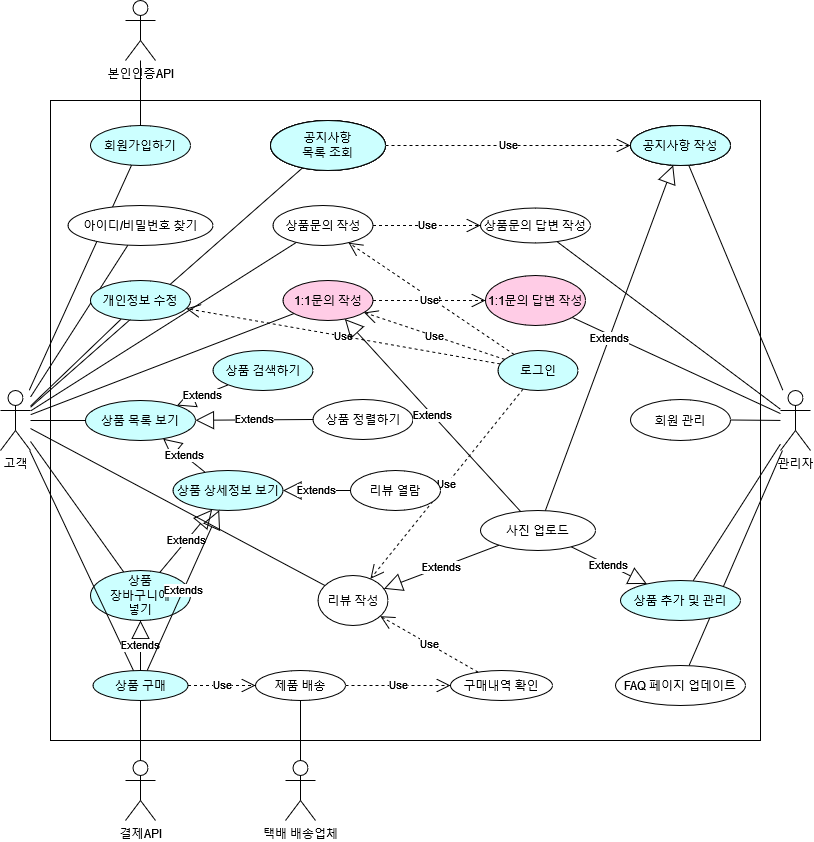
This is 3. DB설계/유즈케이스 다이어그램.drawio (3).png from ostrichick/MaruProject, a draw.io export, as it was before one commit. Source tidied: cells renumbered, new cells last; positions are measured from the earlier drawing's top-left corner, leaving out a move shared by most shapes.
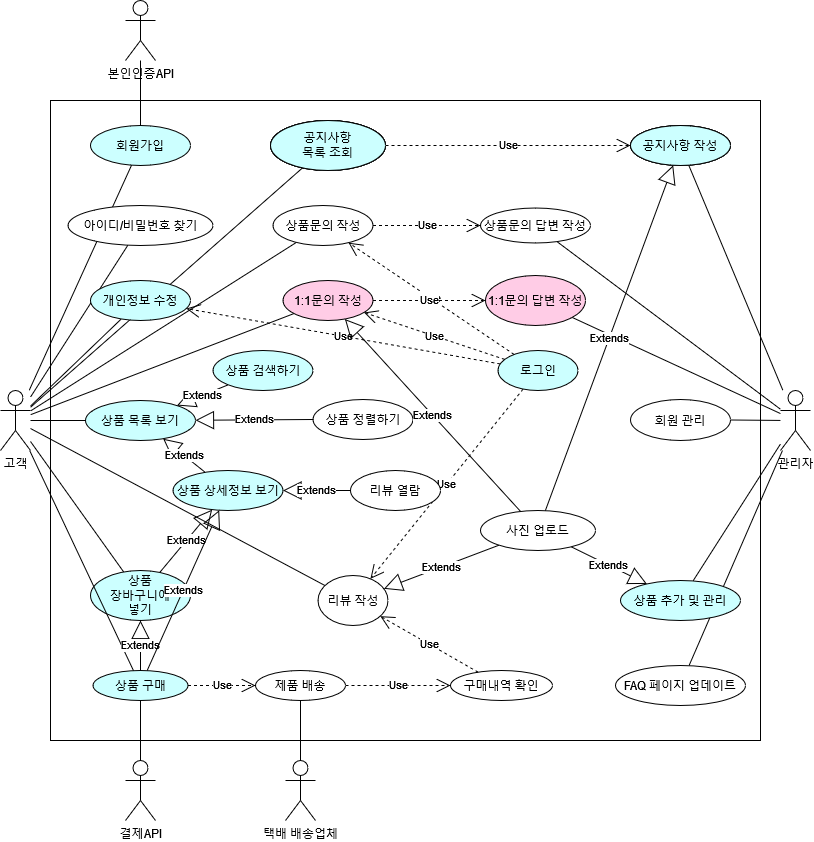
Later version of the same file.

Commit message:
Update 유즈케이스 다이어그램.drawio (3).png

The edit, as a diff of the source:
```diff
@@ -29,7 +29,7 @@
     <mxCell id="10" value="상품&lt;br&gt;장바구니에&lt;br&gt;넣기" style="ellipse;whiteSpace=wrap;html=1;fillColor=#CCFFFF;" parent="1" vertex="1">
       <mxGeometry x="90" y="570" width="100" height="50" as="geometry" />
     </mxCell>
-    <mxCell id="11" value="회원가입하기" style="ellipse;whiteSpace=wrap;html=1;fillColor=#CCFFFF;" parent="1" vertex="1">
+    <mxCell id="11" value="회원가입" style="ellipse;whiteSpace=wrap;html=1;fillColor=#CCFFFF;" parent="1" vertex="1">
       <mxGeometry x="90" y="125" width="100" height="40" as="geometry" />
     </mxCell>
     <mxCell id="12" value="로그인" style="ellipse;whiteSpace=wrap;html=1;fillColor=#CCFFFF;" parent="1" vertex="1">
```
